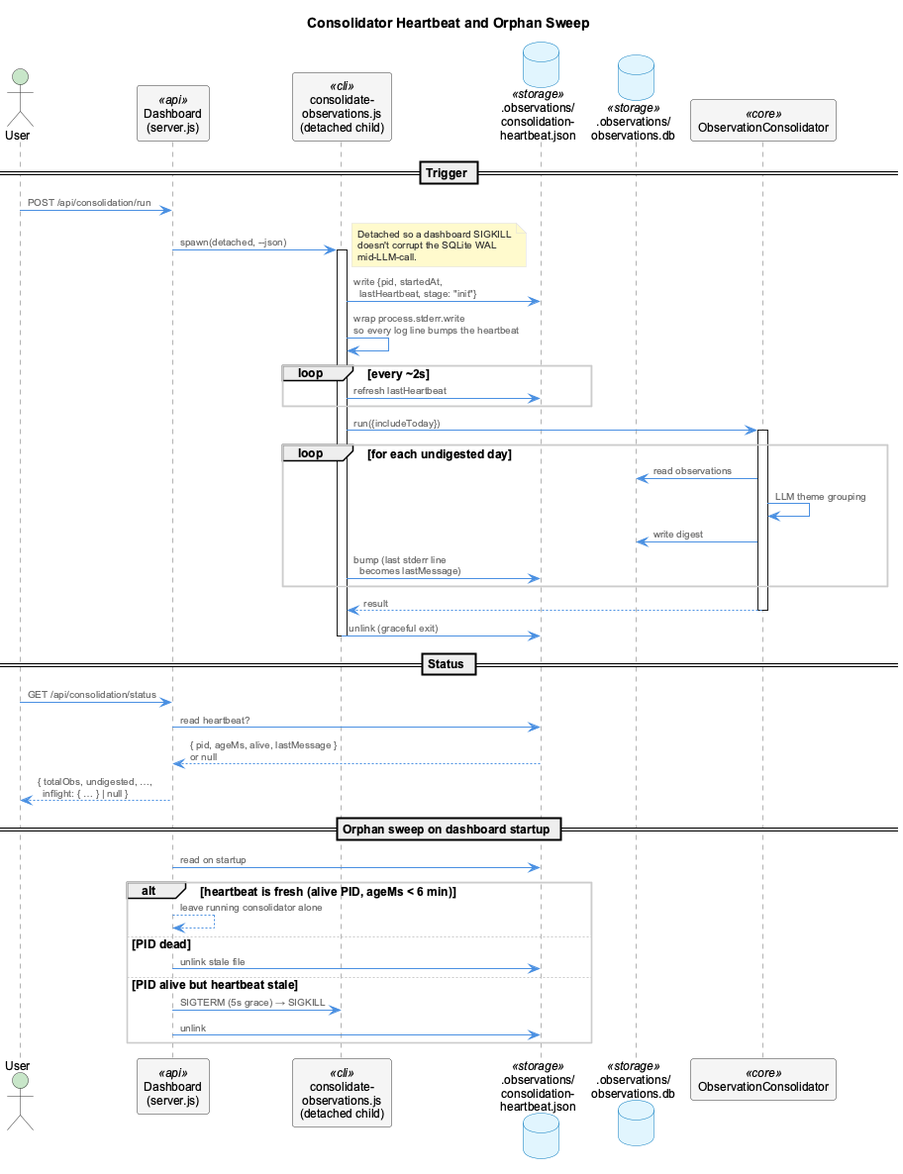
This is docs-content/images/consolidator-heartbeat-flow.png from fwornle/coding, a PlantUML export, as it was before one commit. Its diagram source:
```plantuml
@startuml consolidator-heartbeat-flow
!include _standard-style.puml

title Consolidator Heartbeat and Orphan Sweep

actor User
participant "Dashboard\n(server.js)" as D <<api>>
participant "consolidate-\nobservations.js\n(detached child)" as Child <<cli>>
database ".observations/\nconsolidation-\nheartbeat.json" as HB <<storage>>
database ".observations/\nobservations.db" as DB <<storage>>
participant "ObservationConsolidator" as OC <<core>>

== Trigger ==

User -> D: POST /api/consolidation/run
D -> Child: spawn(detached, --json)
note right
  Detached so a dashboard SIGKILL
  doesn't corrupt the SQLite WAL
  mid-LLM-call.
end note
activate Child

Child -> HB: write {pid, startedAt,\n  lastHeartbeat, stage: "init"}
Child -> Child: wrap process.stderr.write\nso every log line bumps the heartbeat
loop every ~2s
    Child -> HB: refresh lastHeartbeat
end

Child -> OC: run({includeToday})
activate OC
loop for each undigested day
    OC -> DB: read observations
    OC -> OC: LLM theme grouping
    OC -> DB: write digest
    Child -> HB: bump (last stderr line\n  becomes lastMessage)
end
OC --> Child: result
deactivate OC

Child -> HB: unlink (graceful exit)
deactivate Child

== Status ==

User -> D: GET /api/consolidation/status
D -> HB: read heartbeat?
HB --> D: { pid, ageMs, alive, lastMessage }\nor null
D --> User: { totalObs, undigested, …,\n  inflight: { … } | null }

== Orphan sweep on dashboard startup ==

D -> HB: read on startup
alt heartbeat is fresh (alive PID, ageMs < 6 min)
    D --> D: leave running consolidator alone
else PID dead
    D -> HB: unlink stale file
else PID alive but heartbeat stale
    D -> Child: SIGTERM (5s grace) → SIGKILL
    D -> HB: unlink
end

@enduml
```
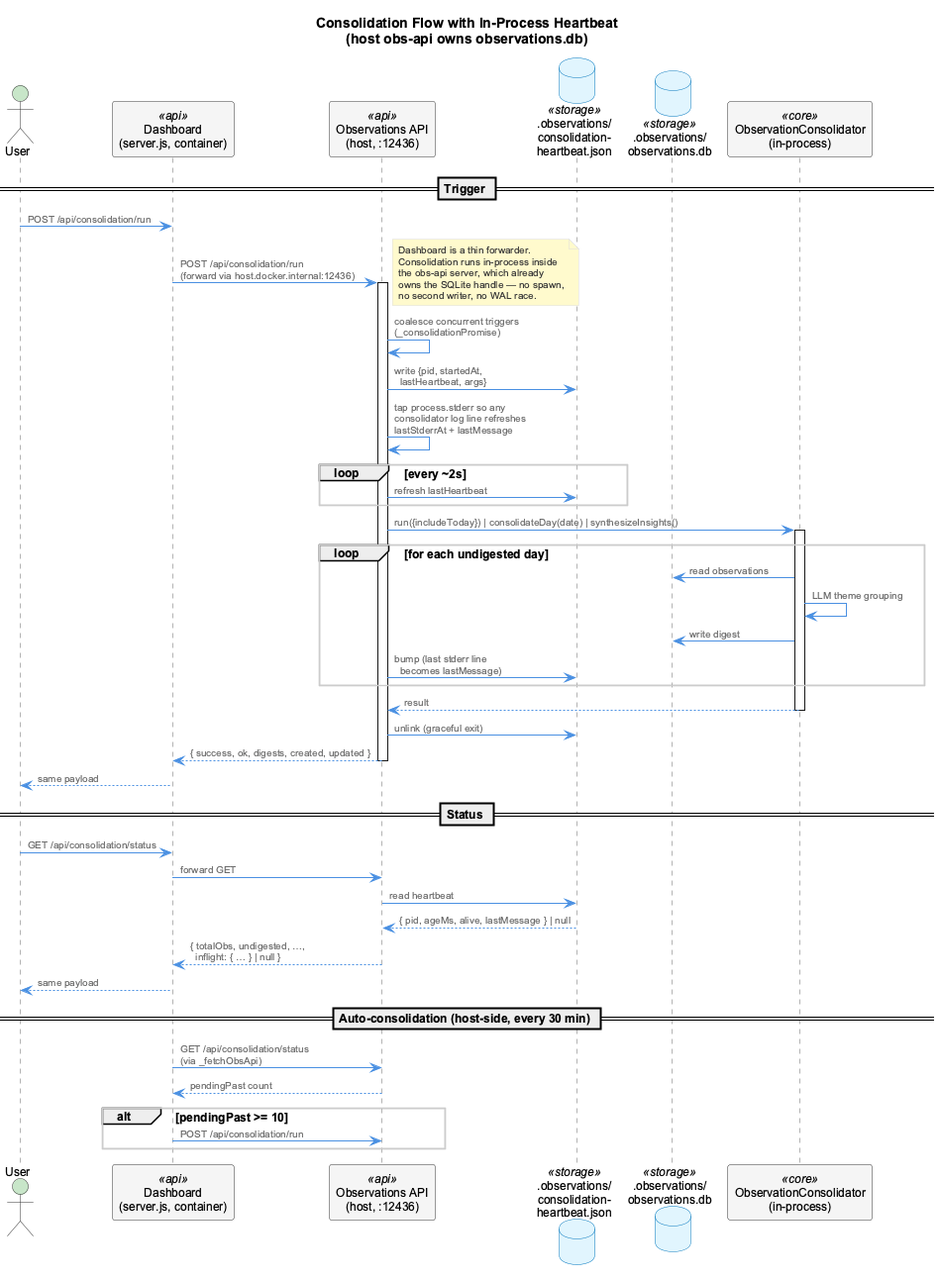
Later version of the same file.

The edit, as a diff of the source:
```diff
@@ -1,63 +1,66 @@
 @startuml consolidator-heartbeat-flow
 !include _standard-style.puml
 
-title Consolidator Heartbeat and Orphan Sweep
+title Consolidation Flow with In-Process Heartbeat\n(host obs-api owns observations.db)
 
 actor User
-participant "Dashboard\n(server.js)" as D <<api>>
-participant "consolidate-\nobservations.js\n(detached child)" as Child <<cli>>
+participant "Dashboard\n(server.js, container)" as D <<api>>
+participant "Observations API\n(host, :12436)" as A <<api>>
 database ".observations/\nconsolidation-\nheartbeat.json" as HB <<storage>>
 database ".observations/\nobservations.db" as DB <<storage>>
-participant "ObservationConsolidator" as OC <<core>>
+participant "ObservationConsolidator\n(in-process)" as OC <<core>>
 
 == Trigger ==
 
 User -> D: POST /api/consolidation/run
-D -> Child: spawn(detached, --json)
+D -> A: POST /api/consolidation/run\n(forward via host.docker.internal:12436)
 note right
-  Detached so a dashboard SIGKILL
-  doesn't corrupt the SQLite WAL
-  mid-LLM-call.
+  Dashboard is a thin forwarder.
+  Consolidation runs in-process inside
+  the obs-api server, which already
+  owns the SQLite handle — no spawn,
+  no second writer, no WAL race.
 end note
-activate Child
+activate A
 
-Child -> HB: write {pid, startedAt,\n  lastHeartbeat, stage: "init"}
-Child -> Child: wrap process.stderr.write\nso every log line bumps the heartbeat
+A -> A: coalesce concurrent triggers\n(_consolidationPromise)
+A -> HB: write {pid, startedAt,\n  lastHeartbeat, args}
+A -> A: tap process.stderr so any\nconsolidator log line refreshes\nlastStderrAt + lastMessage
 loop every ~2s
-    Child -> HB: refresh lastHeartbeat
+    A -> HB: refresh lastHeartbeat
 end
 
-Child -> OC: run({includeToday})
+A -> OC: run({includeToday}) | consolidateDay(date) | synthesizeInsights()
 activate OC
 loop for each undigested day
     OC -> DB: read observations
     OC -> OC: LLM theme grouping
     OC -> DB: write digest
-    Child -> HB: bump (last stderr line\n  becomes lastMessage)
+    A -> HB: bump (last stderr line\n  becomes lastMessage)
 end
-OC --> Child: result
+OC --> A: result
 deactivate OC
 
-Child -> HB: unlink (graceful exit)
-deactivate Child
+A -> HB: unlink (graceful exit)
+A --> D: { success, ok, digests, created, updated }
+deactivate A
+D --> User: same payload
 
 == Status ==
 
 User -> D: GET /api/consolidation/status
-D -> HB: read heartbeat?
-HB --> D: { pid, ageMs, alive, lastMessage }\nor null
-D --> User: { totalObs, undigested, …,\n  inflight: { … } | null }
+D -> A: forward GET
+A -> HB: read heartbeat
+HB --> A: { pid, ageMs, alive, lastMessage } | null
+A --> D: { totalObs, undigested, …,\n  inflight: { … } | null }
+D --> User: same payload
 
-== Orphan sweep on dashboard startup ==
+== Auto-consolidation (host-side, every 30 min) ==
 
-D -> HB: read on startup
-alt heartbeat is fresh (alive PID, ageMs < 6 min)
-    D --> D: leave running consolidator alone
-else PID dead
-    D -> HB: unlink stale file
-else PID alive but heartbeat stale
-    D -> Child: SIGTERM (5s grace) → SIGKILL
-    D -> HB: unlink
+D -> A: GET /api/consolidation/status\n(via _fetchObsApi)
+A --> D: pendingPast count
+alt pendingPast >= 10
+    D -> A: POST /api/consolidation/run
 end
 
 @enduml
```
